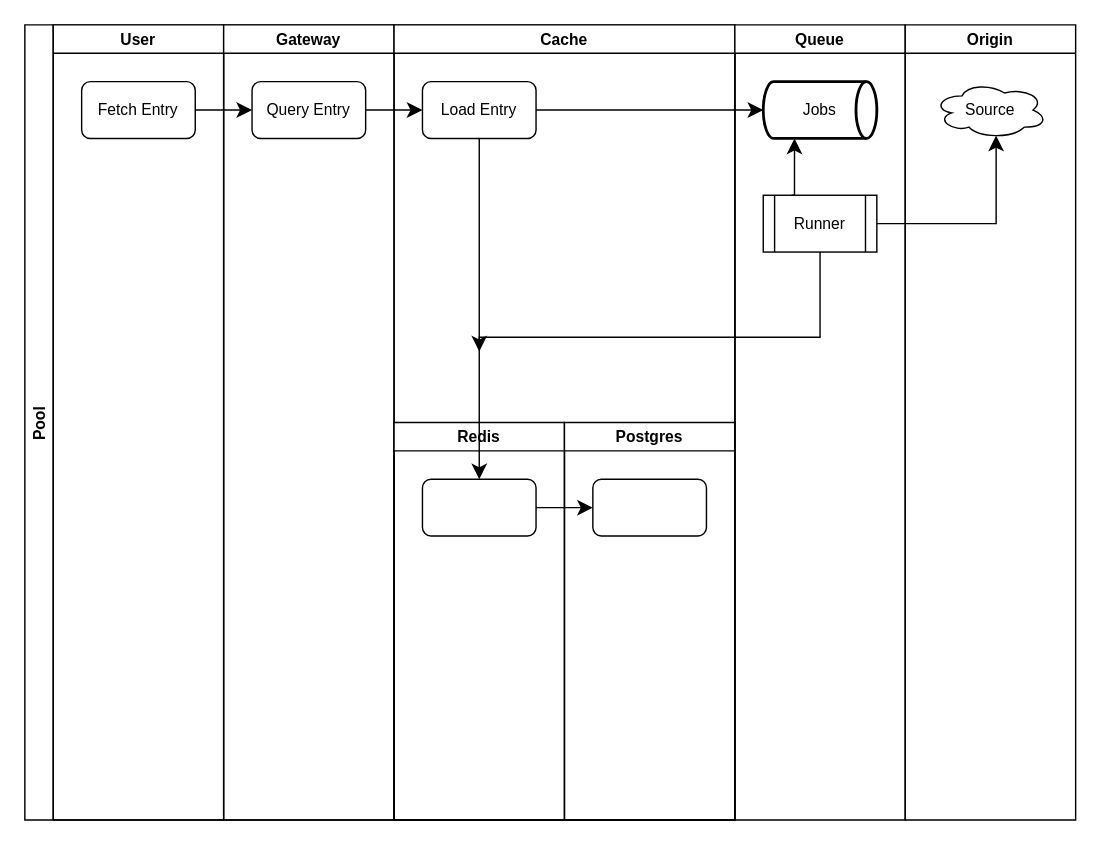
Earlier version of the draw.io diagram page "第 2 页" (2 of 3) of docs/buffetd.drawio (Buffetd/buffetd). Source tidied: cells renumbered, new cells numbered last; positions are measured from the earlier drawing's top-left corner, leaving out a move shared by most shapes. Both pictures are drawn from the tidied source at 142%, with x=0, y=0 at pixel (24, 24).
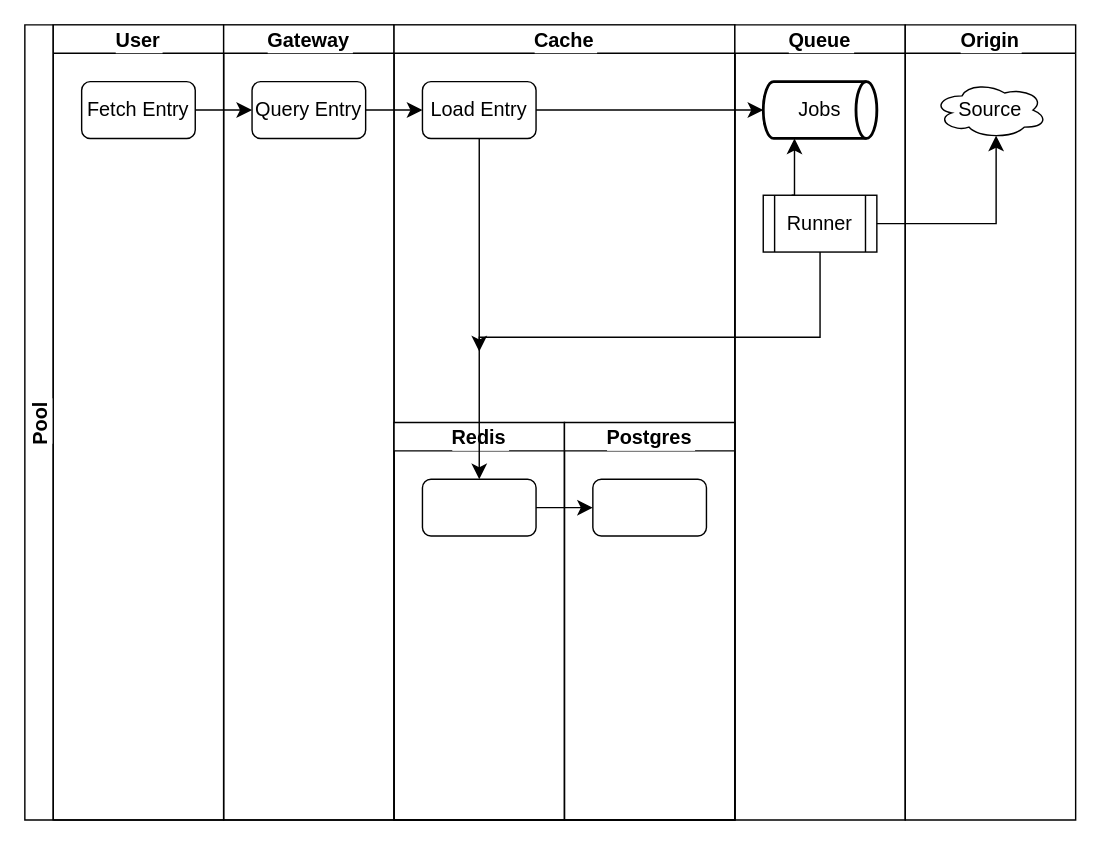
After the change.

Change to the diagram source:
```diff
@@
-    <mxCell id="2" value="Pool" style="swimlane;startSize=20;horizontal=0;fontFamily=Helvetica;fontSize=11;fontColor=default;labelBackgroundColor=default;" parent="1" vertex="1">
+    <mxCell id="2" value="Pool" style="swimlane;startSize=20;horizontal=0;fontFamily=Helvetica;fontSize=14;fontColor=default;labelBackgroundColor=default;" parent="1" vertex="1">
       <mxGeometry width="500" height="560" as="geometry" />
     </mxCell>
-    <mxCell id="3" value="User" style="swimlane;startSize=20;fontFamily=Helvetica;fontSize=11;fontColor=default;labelBackgroundColor=default;" parent="2" vertex="1">
+    <mxCell id="3" value="User" style="swimlane;startSize=20;fontFamily=Helvetica;fontSize=14;fontColor=default;labelBackgroundColor=default;" parent="2" vertex="1">
       <mxGeometry x="20" width="120" height="560" as="geometry" />
     </mxCell>
-    <mxCell id="4" value="Fetch Entry" style="rounded=1;whiteSpace=wrap;html=1;fontFamily=Helvetica;fontSize=11;fontColor=default;labelBackgroundColor=default;" parent="3" vertex="1">
+    <mxCell id="4" value="Fetch Entry" style="rounded=1;whiteSpace=wrap;html=1;fontFamily=Helvetica;fontSize=14;fontColor=default;labelBackgroundColor=default;" parent="3" vertex="1">
       <mxGeometry x="20" y="40" width="80" height="40" as="geometry" />
     </mxCell>
-    <mxCell id="5" value="Gateway" style="swimlane;startSize=20;fontFamily=Helvetica;fontSize=11;fontColor=default;labelBackgroundColor=default;" parent="2" vertex="1">
+    <mxCell id="5" value="Gateway" style="swimlane;startSize=20;fontFamily=Helvetica;fontSize=14;fontColor=default;labelBackgroundColor=default;" parent="2" vertex="1">
       <mxGeometry x="140" width="120" height="560" as="geometry" />
     </mxCell>
-    <mxCell id="6" value="Query Entry" style="rounded=1;whiteSpace=wrap;html=1;fontFamily=Helvetica;fontSize=11;fontColor=default;labelBackgroundColor=default;" parent="5" vertex="1">
+    <mxCell id="6" value="Query Entry" style="rounded=1;whiteSpace=wrap;html=1;fontFamily=Helvetica;fontSize=14;fontColor=default;labelBackgroundColor=default;" parent="5" vertex="1">
       <mxGeometry x="20" y="40" width="80" height="40" as="geometry" />
     </mxCell>
-    <mxCell id="7" value="Cache" style="swimlane;startSize=20;fontFamily=Helvetica;fontSize=11;fontColor=default;labelBackgroundColor=default;" parent="2" vertex="1">
+    <mxCell id="7" value="Cache" style="swimlane;startSize=20;fontFamily=Helvetica;fontSize=14;fontColor=default;labelBackgroundColor=default;" parent="2" vertex="1">
       <mxGeometry x="260" width="240" height="560" as="geometry" />
     </mxCell>
-    <mxCell id="8" value="Redis" style="swimlane;startSize=20;fontFamily=Helvetica;fontSize=11;fontColor=default;labelBackgroundColor=default;" parent="7" vertex="1">
+    <mxCell id="8" value="Redis" style="swimlane;startSize=20;fontFamily=Helvetica;fontSize=14;fontColor=default;labelBackgroundColor=default;" parent="7" vertex="1">
       <mxGeometry y="280" width="120" height="280" as="geometry" />
     </mxCell>
-    <mxCell id="9" style="rounded=1;whiteSpace=wrap;html=1;fontFamily=Helvetica;fontSize=11;fontColor=default;labelBackgroundColor=default;" parent="8" vertex="1">
+    <mxCell id="9" style="rounded=1;whiteSpace=wrap;html=1;fontFamily=Helvetica;fontSize=14;fontColor=default;labelBackgroundColor=default;" parent="8" vertex="1">
       <mxGeometry x="20" y="40" width="80" height="40" as="geometry" />
     </mxCell>
-    <mxCell id="10" value="Postgres" style="swimlane;startSize=20;fontFamily=Helvetica;fontSize=11;fontColor=default;labelBackgroundColor=default;" parent="7" vertex="1">
+    <mxCell id="10" value="Postgres" style="swimlane;startSize=20;fontFamily=Helvetica;fontSize=14;fontColor=default;labelBackgroundColor=default;" parent="7" vertex="1">
       <mxGeometry x="120" y="280" width="120" height="280" as="geometry" />
     </mxCell>
-    <mxCell id="11" style="rounded=1;whiteSpace=wrap;html=1;fontFamily=Helvetica;fontSize=11;fontColor=default;labelBackgroundColor=default;" parent="10" vertex="1">
+    <mxCell id="11" style="rounded=1;whiteSpace=wrap;html=1;fontFamily=Helvetica;fontSize=14;fontColor=default;labelBackgroundColor=default;" parent="10" vertex="1">
       <mxGeometry x="20" y="40" width="80" height="40" as="geometry" />
     </mxCell>
-    <mxCell id="12" style="edgeStyle=segmentEdgeStyle;shape=connector;curved=0;rounded=0;jettySize=auto;html=1;exitX=0.5;exitY=1;exitDx=0;exitDy=0;entryX=0.5;entryY=0;entryDx=0;entryDy=0;strokeColor=default;align=center;verticalAlign=middle;fontFamily=Helvetica;fontSize=11;fontColor=default;labelBackgroundColor=default;startSize=8;endArrow=classic;endSize=8;" parent="7" edge="1" source="13" target="9">
+    <mxCell id="12" style="edgeStyle=segmentEdgeStyle;shape=connector;curved=0;rounded=0;jettySize=auto;html=1;exitX=0.5;exitY=1;exitDx=0;exitDy=0;entryX=0.5;entryY=0;entryDx=0;entryDy=0;strokeColor=default;align=center;verticalAlign=middle;fontFamily=Helvetica;fontSize=14;fontColor=default;labelBackgroundColor=default;startSize=8;endArrow=classic;endSize=8;" parent="7" edge="1" source="13" target="9">
       <mxGeometry relative="1" as="geometry" />
     </mxCell>
-    <mxCell id="13" value="Load Entry" style="rounded=1;whiteSpace=wrap;html=1;fontFamily=Helvetica;fontSize=11;fontColor=default;labelBackgroundColor=default;" parent="7" vertex="1">
+    <mxCell id="13" value="Load Entry" style="rounded=1;whiteSpace=wrap;html=1;fontFamily=Helvetica;fontSize=14;fontColor=default;labelBackgroundColor=default;" parent="7" vertex="1">
       <mxGeometry x="20" y="40" width="80" height="40" as="geometry" />
     </mxCell>
-    <mxCell id="14" style="edgeStyle=segmentEdgeStyle;shape=connector;curved=0;rounded=0;jettySize=auto;html=1;exitX=1;exitY=0.5;exitDx=0;exitDy=0;entryX=0;entryY=0.5;entryDx=0;entryDy=0;strokeColor=default;align=center;verticalAlign=middle;fontFamily=Helvetica;fontSize=11;fontColor=default;labelBackgroundColor=default;startSize=8;endArrow=classic;endSize=8;" parent="7" edge="1" source="9" target="11">
+    <mxCell id="14" style="edgeStyle=segmentEdgeStyle;shape=connector;curved=0;rounded=0;jettySize=auto;html=1;exitX=1;exitY=0.5;exitDx=0;exitDy=0;entryX=0;entryY=0.5;entryDx=0;entryDy=0;strokeColor=default;align=center;verticalAlign=middle;fontFamily=Helvetica;fontSize=14;fontColor=default;labelBackgroundColor=default;startSize=8;endArrow=classic;endSize=8;" parent="7" edge="1" source="9" target="11">
       <mxGeometry relative="1" as="geometry" />
     </mxCell>
-    <mxCell id="15" style="edgeStyle=segmentEdgeStyle;shape=connector;curved=0;rounded=0;jettySize=auto;html=1;exitX=1;exitY=0.5;exitDx=0;exitDy=0;entryX=0;entryY=0.5;entryDx=0;entryDy=0;strokeColor=default;align=center;verticalAlign=middle;fontFamily=Helvetica;fontSize=11;fontColor=default;labelBackgroundColor=default;startSize=8;endArrow=classic;endSize=8;" parent="2" edge="1" source="4" target="6">
+    <mxCell id="15" style="edgeStyle=segmentEdgeStyle;shape=connector;curved=0;rounded=0;jettySize=auto;html=1;exitX=1;exitY=0.5;exitDx=0;exitDy=0;entryX=0;entryY=0.5;entryDx=0;entryDy=0;strokeColor=default;align=center;verticalAlign=middle;fontFamily=Helvetica;fontSize=14;fontColor=default;labelBackgroundColor=default;startSize=8;endArrow=classic;endSize=8;" parent="2" edge="1" source="4" target="6">
       <mxGeometry relative="1" as="geometry" />
     </mxCell>
-    <mxCell id="16" style="edgeStyle=segmentEdgeStyle;shape=connector;curved=0;rounded=0;jettySize=auto;html=1;exitX=1;exitY=0.5;exitDx=0;exitDy=0;entryX=0;entryY=0.5;entryDx=0;entryDy=0;strokeColor=default;align=center;verticalAlign=middle;fontFamily=Helvetica;fontSize=11;fontColor=default;labelBackgroundColor=default;startSize=8;endArrow=classic;endSize=8;" parent="2" edge="1" source="6" target="13">
+    <mxCell id="16" style="edgeStyle=segmentEdgeStyle;shape=connector;curved=0;rounded=0;jettySize=auto;html=1;exitX=1;exitY=0.5;exitDx=0;exitDy=0;entryX=0;entryY=0.5;entryDx=0;entryDy=0;strokeColor=default;align=center;verticalAlign=middle;fontFamily=Helvetica;fontSize=14;fontColor=default;labelBackgroundColor=default;startSize=8;endArrow=classic;endSize=8;" parent="2" edge="1" source="6" target="13">
       <mxGeometry relative="1" as="geometry" />
     </mxCell>
-    <mxCell id="17" value="Queue" style="swimlane;startSize=20;fontFamily=Helvetica;fontSize=11;fontColor=default;labelBackgroundColor=default;" parent="1" vertex="1">
+    <mxCell id="17" value="Queue" style="swimlane;startSize=20;fontFamily=Helvetica;fontSize=14;fontColor=default;labelBackgroundColor=default;" parent="1" vertex="1">
       <mxGeometry x="500" width="120" height="560" as="geometry" />
     </mxCell>
-    <mxCell id="18" value="Jobs" style="strokeWidth=2;html=1;shape=mxgraph.flowchart.direct_data;whiteSpace=wrap;fontFamily=Helvetica;fontSize=11;fontColor=default;labelBackgroundColor=default;" parent="17" vertex="1">
+    <mxCell id="18" value="Jobs" style="strokeWidth=2;html=1;shape=mxgraph.flowchart.direct_data;whiteSpace=wrap;fontFamily=Helvetica;fontSize=14;fontColor=default;labelBackgroundColor=default;" parent="17" vertex="1">
       <mxGeometry x="20" y="40" width="80" height="40" as="geometry" />
     </mxCell>
-    <mxCell id="19" style="edgeStyle=segmentEdgeStyle;shape=connector;curved=0;rounded=0;jettySize=auto;html=1;exitX=0.5;exitY=1;exitDx=0;exitDy=0;strokeColor=default;align=center;verticalAlign=middle;fontFamily=Helvetica;fontSize=11;fontColor=default;labelBackgroundColor=default;startSize=8;endArrow=classic;endSize=8;" parent="17" edge="1" source="20">
+    <mxCell id="19" style="edgeStyle=segmentEdgeStyle;shape=connector;curved=0;rounded=0;jettySize=auto;html=1;exitX=0.5;exitY=1;exitDx=0;exitDy=0;strokeColor=default;align=center;verticalAlign=middle;fontFamily=Helvetica;fontSize=14;fontColor=default;labelBackgroundColor=default;startSize=8;endArrow=classic;endSize=8;" parent="17" edge="1" source="20">
       <mxGeometry relative="1" as="geometry">
         <mxPoint x="-180" y="230" as="targetPoint" />
         <Array as="points">
           <mxPoint x="60" y="220" />
           <mxPoint x="-180" y="220" />
         </Array>
       </mxGeometry>
     </mxCell>
-    <mxCell id="20" value="Runner" style="shape=process;whiteSpace=wrap;html=1;backgroundOutline=1;fontFamily=Helvetica;fontSize=11;fontColor=default;labelBackgroundColor=default;" parent="17" vertex="1">
+    <mxCell id="20" value="Runner" style="shape=process;whiteSpace=wrap;html=1;backgroundOutline=1;fontFamily=Helvetica;fontSize=14;fontColor=default;labelBackgroundColor=default;" parent="17" vertex="1">
       <mxGeometry x="20" y="120" width="80" height="40" as="geometry" />
     </mxCell>
-    <mxCell id="21" style="edgeStyle=segmentEdgeStyle;shape=connector;curved=0;rounded=0;jettySize=auto;html=1;exitX=0.25;exitY=0;exitDx=0;exitDy=0;entryX=0.275;entryY=1;entryDx=0;entryDy=0;entryPerimeter=0;strokeColor=default;align=center;verticalAlign=middle;fontFamily=Helvetica;fontSize=11;fontColor=default;labelBackgroundColor=default;startSize=8;endArrow=classic;endSize=8;" parent="17" edge="1" source="20" target="18">
+    <mxCell id="21" style="edgeStyle=segmentEdgeStyle;shape=connector;curved=0;rounded=0;jettySize=auto;html=1;exitX=0.25;exitY=0;exitDx=0;exitDy=0;entryX=0.275;entryY=1;entryDx=0;entryDy=0;entryPerimeter=0;strokeColor=default;align=center;verticalAlign=middle;fontFamily=Helvetica;fontSize=14;fontColor=default;labelBackgroundColor=default;startSize=8;endArrow=classic;endSize=8;" parent="17" edge="1" source="20" target="18">
       <mxGeometry relative="1" as="geometry" />
     </mxCell>
-    <mxCell id="22" value="Origin" style="swimlane;startSize=20;fontFamily=Helvetica;fontSize=11;fontColor=default;labelBackgroundColor=default;" parent="1" vertex="1">
+    <mxCell id="22" value="Origin" style="swimlane;startSize=20;fontFamily=Helvetica;fontSize=14;fontColor=default;labelBackgroundColor=default;" parent="1" vertex="1">
       <mxGeometry x="620" width="120" height="560" as="geometry" />
     </mxCell>
-    <mxCell id="23" value="Source" style="ellipse;shape=cloud;whiteSpace=wrap;html=1;fontFamily=Helvetica;fontSize=11;fontColor=default;labelBackgroundColor=default;" parent="22" vertex="1">
+    <mxCell id="23" value="Source" style="ellipse;shape=cloud;whiteSpace=wrap;html=1;fontFamily=Helvetica;fontSize=14;fontColor=default;labelBackgroundColor=default;" parent="22" vertex="1">
       <mxGeometry x="20" y="40" width="80" height="40" as="geometry" />
     </mxCell>
-    <mxCell id="24" style="edgeStyle=segmentEdgeStyle;shape=connector;curved=0;rounded=0;jettySize=auto;html=1;exitX=1;exitY=0.5;exitDx=0;exitDy=0;entryX=0;entryY=0.5;entryDx=0;entryDy=0;entryPerimeter=0;strokeColor=default;align=center;verticalAlign=middle;fontFamily=Helvetica;fontSize=11;fontColor=default;labelBackgroundColor=default;startSize=8;endArrow=classic;endSize=8;" parent="1" edge="1" source="13" target="18">
+    <mxCell id="24" style="edgeStyle=segmentEdgeStyle;shape=connector;curved=0;rounded=0;jettySize=auto;html=1;exitX=1;exitY=0.5;exitDx=0;exitDy=0;entryX=0;entryY=0.5;entryDx=0;entryDy=0;entryPerimeter=0;strokeColor=default;align=center;verticalAlign=middle;fontFamily=Helvetica;fontSize=14;fontColor=default;labelBackgroundColor=default;startSize=8;endArrow=classic;endSize=8;" parent="1" edge="1" source="13" target="18">
       <mxGeometry relative="1" as="geometry" />
     </mxCell>
-    <mxCell id="25" style="edgeStyle=segmentEdgeStyle;shape=connector;curved=0;rounded=0;jettySize=auto;html=1;exitX=1;exitY=0.5;exitDx=0;exitDy=0;entryX=0.55;entryY=0.95;entryDx=0;entryDy=0;entryPerimeter=0;strokeColor=default;align=center;verticalAlign=middle;fontFamily=Helvetica;fontSize=11;fontColor=default;labelBackgroundColor=default;startSize=8;endArrow=classic;endSize=8;" parent="1" edge="1" source="20" target="23">
+    <mxCell id="25" style="edgeStyle=segmentEdgeStyle;shape=connector;curved=0;rounded=0;jettySize=auto;html=1;exitX=1;exitY=0.5;exitDx=0;exitDy=0;entryX=0.55;entryY=0.95;entryDx=0;entryDy=0;entryPerimeter=0;strokeColor=default;align=center;verticalAlign=middle;fontFamily=Helvetica;fontSize=14;fontColor=default;labelBackgroundColor=default;startSize=8;endArrow=classic;endSize=8;" parent="1" edge="1" source="20" target="23">
       <mxGeometry relative="1" as="geometry" />
     </mxCell>
```
